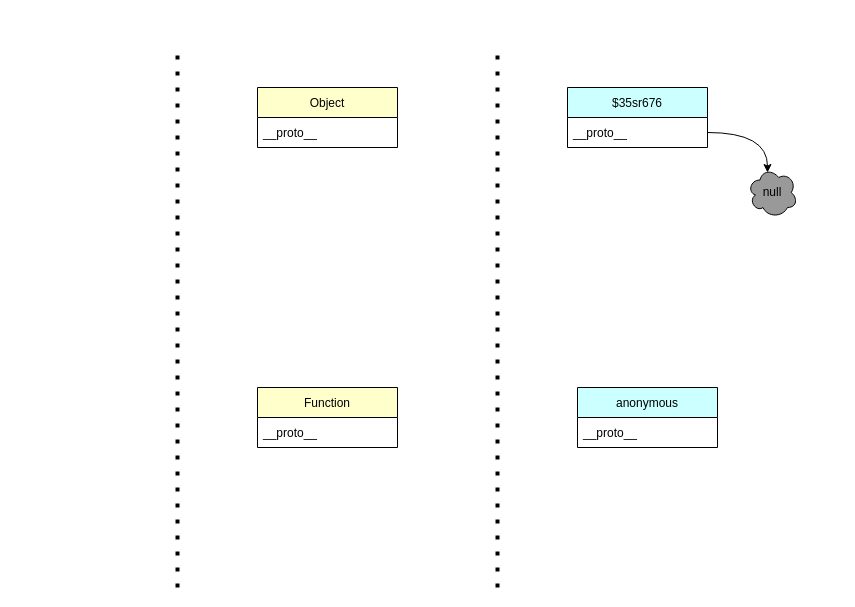
BharathKadaluri/Visual keeps this draw.io diagram as page "Prototype" (2 of 2) of js/Untitled Diagram.drawio. Above is the earlier version. Source tidied: cells renumbered, new cells numbered last; positions are measured from the earlier drawing's top-left corner, leaving out a move shared by most shapes. Both pictures are drawn from the tidied source at 100%, with x=0, y=0 at pixel (177, 47).
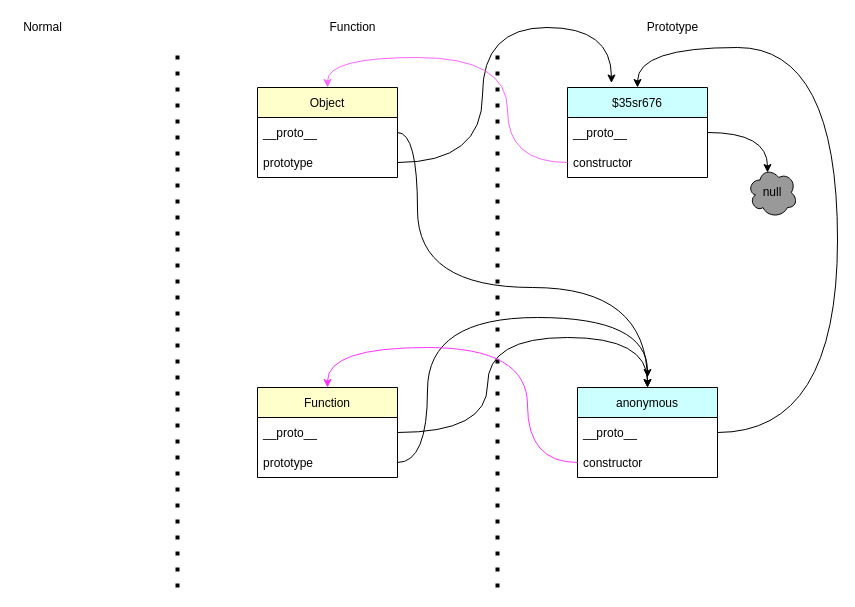
After the change.

Diff of the diagram source:
```diff
@@
-    <mxCell id="1" parent="0" />
-    <mxCell id="2" style="endArrow=none;dashed=1;html=1;dashPattern=1 3;strokeWidth=4;rounded=0;" parent="1" edge="1">
-      <mxGeometry relative="1" as="geometry">
-        <mxPoint y="540" as="sourcePoint" />
-        <mxPoint as="targetPoint" />
-      </mxGeometry>
-    </mxCell>
-    <mxCell id="3" style="endArrow=none;dashed=1;html=1;dashPattern=1 3;strokeWidth=4;rounded=0;" parent="1" edge="1">
-      <mxGeometry relative="1" as="geometry">
-        <mxPoint x="320" y="540" as="sourcePoint" />
-        <mxPoint x="320" y="5" as="targetPoint" />
-      </mxGeometry>
-    </mxCell>
+    <mxCell id="14" parent="0" />
+    <mxCell id="15" style="endArrow=none;dashed=1;html=1;dashPattern=1 3;strokeWidth=4;rounded=0;" parent="14" edge="1">
+      <mxGeometry relative="1" as="geometry">
+        <mxPoint y="540" as="sourcePoint" />
+        <mxPoint as="targetPoint" />
+      </mxGeometry>
+    </mxCell>
+    <mxCell id="16" style="endArrow=none;dashed=1;html=1;dashPattern=1 3;strokeWidth=4;rounded=0;" parent="14" edge="1">
+      <mxGeometry relative="1" as="geometry">
+        <mxPoint x="320" y="540" as="sourcePoint" />
+        <mxPoint x="320" y="5" as="targetPoint" />
+      </mxGeometry>
+    </mxCell>
-    <mxCell id="4" value="$35sr676" style="swimlane;fontStyle=0;horizontal=1;startSize=30;fillColor=#CCFFFF;" parent="1" vertex="1">
-      <mxGeometry x="390" y="40" width="140" height="60" as="geometry" />
+    <mxCell id="4" value="$35sr676" style="swimlane;fontStyle=0;horizontal=1;startSize=30;fillColor=#CCFFFF;" parent="14" vertex="1">
+      <mxGeometry x="390" y="40" width="140" height="90" as="geometry" />
     </mxCell>
-    <mxCell id="5" value="__proto__" style="text;strokeColor=none;fillColor=none;align=left;verticalAlign=middle;spacingLeft=4;spacingRight=4;overflow=hidden;points=[[0,0.5],[1,0.5]];portConstraint=eastwest;" parent="4" vertex="1">
-      <mxGeometry y="30" width="140" height="30" as="geometry" />
-    </mxCell>
+    <mxCell id="17" value="__proto__" style="text;strokeColor=none;fillColor=none;align=left;verticalAlign=middle;spacingLeft=4;spacingRight=4;overflow=hidden;points=[[0,0.5],[1,0.5]];portConstraint=eastwest;" parent="4" vertex="1">
+      <mxGeometry y="30" width="140" height="30" as="geometry" />
+    </mxCell>
+    <mxCell id="18" value="constructor" style="text;strokeColor=none;fillColor=none;align=left;verticalAlign=middle;spacingLeft=4;spacingRight=4;overflow=hidden;points=[[0,0.5],[1,0.5]];portConstraint=eastwest;" parent="4" vertex="1">
+      <mxGeometry y="60" width="140" height="30" as="geometry" />
+    </mxCell>
-    <mxCell id="6" value="Object" style="swimlane;fontStyle=0;horizontal=1;startSize=30;fillColor=#FFFFCC;" parent="1" vertex="1">
-      <mxGeometry x="80" y="40" width="140" height="60" as="geometry" />
+    <mxCell id="6" value="Object" style="swimlane;fontStyle=0;horizontal=1;startSize=30;fillColor=#FFFFCC;" parent="14" vertex="1">
+      <mxGeometry x="80" y="40" width="140" height="90" as="geometry" />
     </mxCell>
-    <mxCell id="7" value="__proto__" style="text;strokeColor=none;fillColor=none;align=left;verticalAlign=middle;spacingLeft=4;spacingRight=4;overflow=hidden;" parent="6" vertex="1">
-      <mxGeometry y="30" width="140" height="30" as="geometry" />
-    </mxCell>
+    <mxCell id="19" value="__proto__" style="text;strokeColor=none;fillColor=none;align=left;verticalAlign=middle;spacingLeft=4;spacingRight=4;overflow=hidden;points=[[0,0.5],[1,0.5]];portConstraint=eastwest;" parent="6" vertex="1">
+      <mxGeometry y="30" width="140" height="30" as="geometry" />
+    </mxCell>
+    <mxCell id="20" value="prototype" style="text;strokeColor=none;fillColor=none;align=left;verticalAlign=middle;spacingLeft=4;spacingRight=4;overflow=hidden;points=[[0,0.5],[1,0.5]];portConstraint=eastwest;" parent="6" vertex="1">
+      <mxGeometry y="60" width="140" height="30" as="geometry" />
+    </mxCell>
-    <mxCell id="8" value="anonymous" style="swimlane;fontStyle=0;horizontal=1;startSize=30;fillColor=#CCFFFF;" parent="1" vertex="1">
-      <mxGeometry x="400" y="340" width="140" height="60" as="geometry" />
+    <mxCell id="8" value="anonymous" style="swimlane;fontStyle=0;horizontal=1;startSize=30;fillColor=#CCFFFF;" parent="14" vertex="1">
+      <mxGeometry x="400" y="340" width="140" height="90" as="geometry" />
     </mxCell>
-    <mxCell id="9" value="__proto__" style="text;strokeColor=none;fillColor=none;align=left;verticalAlign=middle;spacingLeft=4;spacingRight=4;overflow=hidden;" parent="8" vertex="1">
-      <mxGeometry y="30" width="140" height="30" as="geometry" />
-    </mxCell>
+    <mxCell id="21" value="__proto__" style="text;strokeColor=none;fillColor=none;align=left;verticalAlign=middle;spacingLeft=4;spacingRight=4;overflow=hidden;points=[[0,0.5],[1,0.5]];portConstraint=eastwest;" parent="8" vertex="1">
+      <mxGeometry y="30" width="140" height="30" as="geometry" />
+    </mxCell>
+    <mxCell id="22" value="constructor" style="text;strokeColor=none;fillColor=none;align=left;verticalAlign=middle;spacingLeft=4;spacingRight=4;overflow=hidden;points=[[0,0.5],[1,0.5]];portConstraint=eastwest;" parent="8" vertex="1">
+      <mxGeometry y="60" width="140" height="30" as="geometry" />
+    </mxCell>
-    <mxCell id="10" value="Function" style="swimlane;fontStyle=0;horizontal=1;startSize=30;fillColor=#FFFFCC;" parent="1" vertex="1">
-      <mxGeometry x="80" y="340" width="140" height="60" as="geometry" />
+    <mxCell id="10" value="Function" style="swimlane;fontStyle=0;horizontal=1;startSize=30;fillColor=#FFFFCC;" parent="14" vertex="1">
+      <mxGeometry x="80" y="340" width="140" height="90" as="geometry" />
     </mxCell>
-    <mxCell id="11" value="__proto__" style="text;strokeColor=none;fillColor=none;align=left;verticalAlign=middle;spacingLeft=4;spacingRight=4;overflow=hidden;" parent="10" vertex="1">
-      <mxGeometry y="30" width="140" height="30" as="geometry" />
-    </mxCell>
+    <mxCell id="23" value="__proto__" style="text;strokeColor=none;fillColor=none;align=left;verticalAlign=middle;spacingLeft=4;spacingRight=4;overflow=hidden;points=[[0,0.5],[1,0.5]];portConstraint=eastwest;" parent="10" vertex="1">
+      <mxGeometry y="30" width="140" height="30" as="geometry" />
+    </mxCell>
+    <mxCell id="24" value="prototype" style="text;strokeColor=none;fillColor=none;align=left;verticalAlign=middle;spacingLeft=4;spacingRight=4;overflow=hidden;points=[[0,0.5],[1,0.5]];portConstraint=eastwest;" parent="10" vertex="1">
+      <mxGeometry y="60" width="140" height="30" as="geometry" />
+    </mxCell>
-    <mxCell id="12" value="null" style="ellipse;shape=cloud;whiteSpace=wrap;html=1;fillColor=#999999;" parent="1" vertex="1">
+    <mxCell id="12" value="null" style="ellipse;shape=cloud;whiteSpace=wrap;html=1;fillColor=#999999;" parent="14" vertex="1">
       <mxGeometry x="570" y="120" width="50" height="50" as="geometry" />
     </mxCell>
-    <mxCell id="13" style="endArrow=classic;html=1;rounded=0;strokeWidth=1;entryX=0.4;entryY=0.1;entryDx=0;entryDy=0;entryPerimeter=0;exitX=1;exitY=0.5;exitDx=0;exitDy=0;edgeStyle=orthogonalEdgeStyle;curved=1;" parent="1" edge="1" source="5" target="12">
-      <mxGeometry relative="1" as="geometry" />
-    </mxCell>
+    <mxCell id="25" style="endArrow=classic;html=1;rounded=0;strokeWidth=1;entryX=0.4;entryY=0.1;entryDx=0;entryDy=0;entryPerimeter=0;exitX=1;exitY=0.5;exitDx=0;exitDy=0;edgeStyle=orthogonalEdgeStyle;curved=1;" parent="14" edge="1" source="17" target="12">
+      <mxGeometry relative="1" as="geometry" />
+    </mxCell>
+    <mxCell id="26" style="endArrow=classic;html=1;rounded=0;strokeWidth=1;curved=1;entryX=0.5;entryY=0;entryDx=0;entryDy=0;exitX=1;exitY=0.5;exitDx=0;exitDy=0;edgeStyle=orthogonalEdgeStyle;" parent="14" edge="1" source="21" target="4">
+      <mxGeometry relative="1" as="geometry">
+        <Array as="points">
+          <mxPoint x="660" y="385" />
+          <mxPoint x="660" />
+          <mxPoint x="460" />
+        </Array>
+      </mxGeometry>
+    </mxCell>
+    <mxCell id="27" style="endArrow=classic;html=1;rounded=0;strokeWidth=1;curved=1;entryX=0.5;entryY=0;entryDx=0;entryDy=0;exitX=1;exitY=0.5;exitDx=0;exitDy=0;edgeStyle=orthogonalEdgeStyle;" parent="14" edge="1" source="19" target="8">
+      <mxGeometry relative="1" as="geometry">
+        <Array as="points">
+          <mxPoint x="240" y="85" />
+          <mxPoint x="240" y="240" />
+          <mxPoint x="470" y="240" />
+        </Array>
+      </mxGeometry>
+    </mxCell>
+    <mxCell id="28" style="endArrow=classic;html=1;rounded=0;strokeWidth=1;curved=1;entryX=0.5;entryY=0;entryDx=0;entryDy=0;exitX=1;exitY=0.5;exitDx=0;exitDy=0;edgeStyle=orthogonalEdgeStyle;" parent="14" edge="1" source="23" target="8">
+      <mxGeometry relative="1" as="geometry">
+        <Array as="points">
+          <mxPoint x="310" y="385" />
+          <mxPoint x="310" y="290" />
+          <mxPoint x="470" y="290" />
+        </Array>
+      </mxGeometry>
+    </mxCell>
+    <mxCell id="29" value="Function" style="text;html=1;align=center;verticalAlign=middle;fillColor=none;strokeColor=none;rounded=0;" parent="14" vertex="1">
+      <mxGeometry x="145" y="-30" width="60" height="20" as="geometry" />
+    </mxCell>
+    <mxCell id="30" value="Prototype" style="text;html=1;align=center;verticalAlign=middle;fillColor=none;strokeColor=none;rounded=0;" parent="14" vertex="1">
+      <mxGeometry x="460" y="-30" width="70" height="20" as="geometry" />
+    </mxCell>
+    <mxCell id="31" value="Normal" style="text;html=1;align=center;verticalAlign=middle;fillColor=none;strokeColor=none;rounded=0;" parent="14" vertex="1">
+      <mxGeometry x="-160" y="-30" width="50" height="20" as="geometry" />
+    </mxCell>
+    <mxCell id="32" style="endArrow=classic;html=1;rounded=0;strokeWidth=1;curved=1;entryX=0.314;entryY=-0.05;entryDx=0;entryDy=0;entryPerimeter=0;exitX=1;exitY=0.5;exitDx=0;exitDy=0;edgeStyle=orthogonalEdgeStyle;" parent="14" edge="1" source="20" target="4">
+      <mxGeometry relative="1" as="geometry">
+        <Array as="points">
+          <mxPoint x="305" y="115" />
+          <mxPoint x="305" y="-20" />
+          <mxPoint x="434" y="-20" />
+        </Array>
+      </mxGeometry>
+    </mxCell>
+    <mxCell id="33" style="endArrow=classic;html=1;rounded=0;strokeWidth=1;curved=1;exitX=1;exitY=0.5;exitDx=0;exitDy=0;edgeStyle=orthogonalEdgeStyle;" parent="14" edge="1" source="24">
+      <mxGeometry relative="1" as="geometry">
+        <mxPoint x="470" y="330" as="targetPoint" />
+        <Array as="points">
+          <mxPoint x="250" y="415" />
+          <mxPoint x="250" y="270" />
+          <mxPoint x="470" y="270" />
+        </Array>
+      </mxGeometry>
+    </mxCell>
+    <mxCell id="34" style="endArrow=classic;html=1;rounded=0;strokeWidth=1;curved=1;exitX=0;exitY=0.5;exitDx=0;exitDy=0;entryX=0.5;entryY=0;entryDx=0;entryDy=0;edgeStyle=orthogonalEdgeStyle;strokeColor=#FF66FF;" parent="14" edge="1" source="18" target="6">
+      <mxGeometry relative="1" as="geometry">
+        <Array as="points">
+          <mxPoint x="330" y="115" />
+          <mxPoint x="330" y="10" />
+          <mxPoint x="150" y="10" />
+        </Array>
+      </mxGeometry>
+    </mxCell>
+    <mxCell id="35" style="endArrow=classic;html=1;rounded=0;strokeWidth=1;curved=1;exitX=0;exitY=0.5;exitDx=0;exitDy=0;entryX=0.5;entryY=0;entryDx=0;entryDy=0;edgeStyle=orthogonalEdgeStyle;strokeColor=#FF33FF;" parent="14" edge="1" source="22" target="10">
+      <mxGeometry relative="1" as="geometry">
+        <Array as="points">
+          <mxPoint x="350" y="415" />
+          <mxPoint x="350" y="300" />
+          <mxPoint x="150" y="300" />
+        </Array>
+      </mxGeometry>
+    </mxCell>
```
